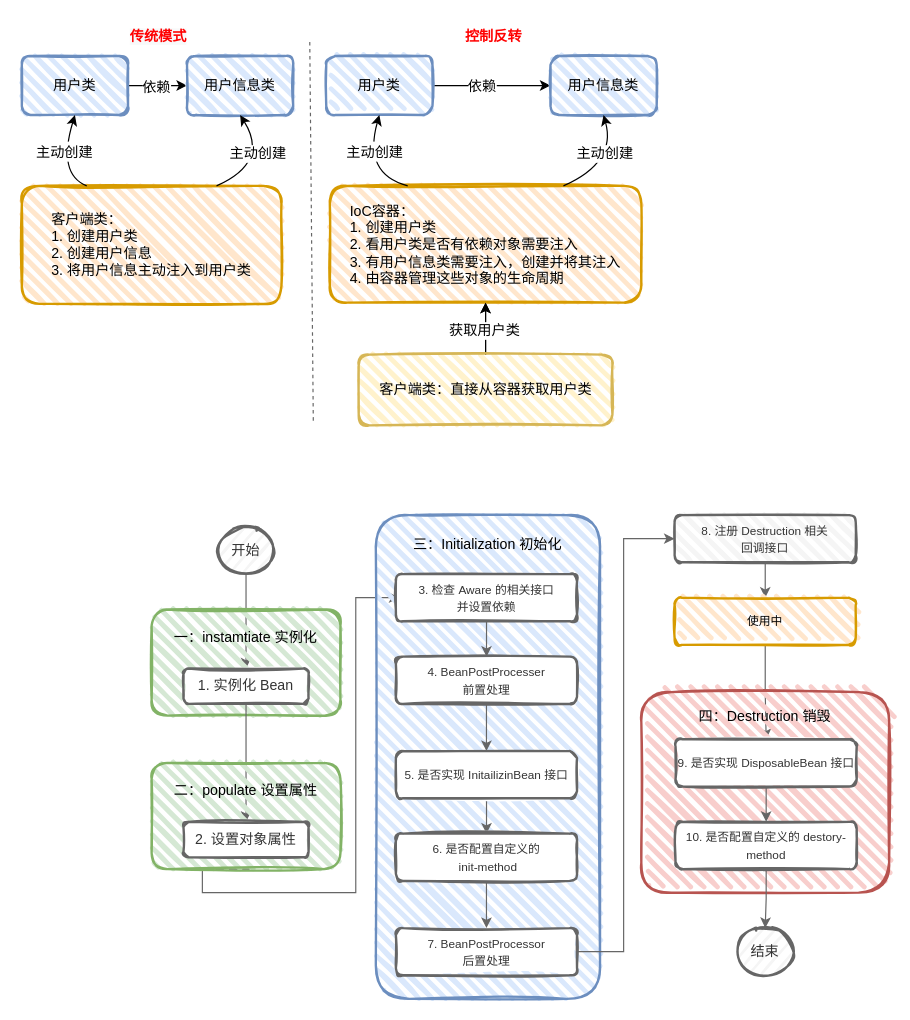
Above: drawfile/Bean生命周期.drawio in lml200701158/draw (draw.io), before the change. Source tidied: cells renumbered, new cells numbered last; positions are measured from the earlier drawing's top-left corner, leaving out a move shared by most shapes. Both pictures are drawn from the tidied source at 118%, with x=0, y=0 at pixel (21, 20).
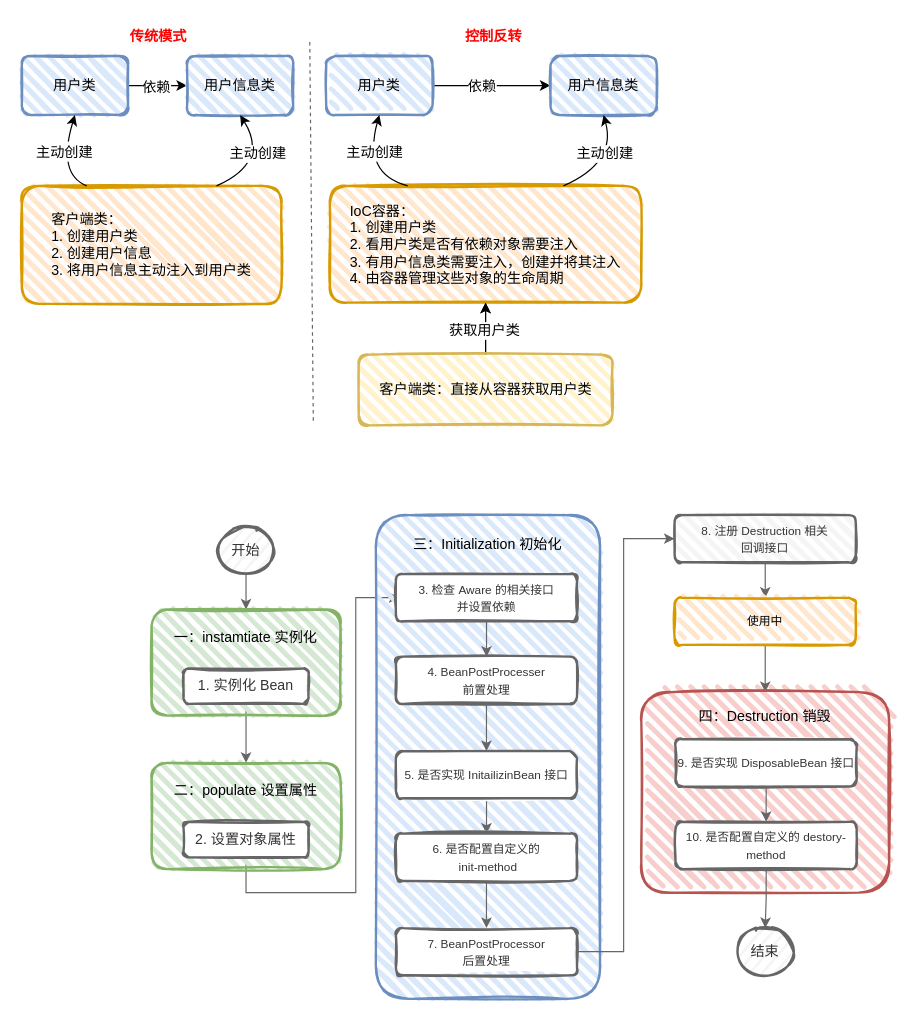
The same diagram, later.

Commit message:
更新Bean生命周期.drawio

Unchanged cells that the change refers to:
```xml
<mxCell id="28" value="开始" style="ellipse;whiteSpace=wrap;html=1;strokeWidth=2;fillWeight=2;hachureGap=8;fillColor=#f5f5f5;fillStyle=dots;sketch=1;fontSize=12;strokeColor=#666666;fontColor=#333333;" parent="1" vertex="1">
  <mxGeometry x="165" y="429" width="50" height="40" as="geometry" />
</mxCell>
<mxCell id="29" value="&lt;font style=&quot;font-size: 12px;&quot;&gt;一：instamtiate 实例化&lt;br&gt;&lt;br&gt;&lt;br&gt;&lt;br&gt;&lt;/font&gt;" style="rounded=1;whiteSpace=wrap;html=1;strokeWidth=2;fillWeight=4;hachureGap=8;hachureAngle=45;fillColor=#d5e8d4;sketch=1;strokeColor=#82b366;" parent="1" vertex="1">
  <mxGeometry x="110" y="499" width="160" height="90" as="geometry" />
</mxCell>
<mxCell id="31" value="1. 实例化 Bean" style="rounded=1;whiteSpace=wrap;html=1;strokeWidth=2;fillWeight=4;hachureGap=8;hachureAngle=45;fillColor=default;sketch=1;fontSize=12;strokeColor=#666666;fontColor=#333333;" parent="1" vertex="1">
  <mxGeometry x="137" y="549" width="106" height="30" as="geometry" />
</mxCell>
<mxCell id="33" value="&lt;font style=&quot;font-size: 12px;&quot;&gt;二：populate 设置属性&lt;br&gt;&lt;br&gt;&lt;br&gt;&lt;br&gt;&lt;/font&gt;" style="rounded=1;whiteSpace=wrap;html=1;strokeWidth=2;fillWeight=4;hachureGap=8;hachureAngle=45;fillColor=#d5e8d4;sketch=1;strokeColor=#82b366;" parent="1" vertex="1">
  <mxGeometry x="110" y="629" width="160" height="90" as="geometry" />
</mxCell>
<mxCell id="34" value="2. 设置对象属性" style="rounded=1;whiteSpace=wrap;html=1;strokeWidth=2;fillWeight=4;hachureGap=8;hachureAngle=45;fillColor=default;sketch=1;fontSize=12;strokeColor=#666666;fontColor=#333333;" parent="1" vertex="1">
  <mxGeometry x="137" y="679" width="106" height="30" as="geometry" />
</mxCell>
<mxCell id="49" value="&lt;font style=&quot;font-size: 10px;&quot;&gt;使用中&lt;br&gt;&lt;/font&gt;" style="rounded=1;whiteSpace=wrap;html=1;strokeWidth=2;fillWeight=4;hachureGap=8;hachureAngle=45;fillColor=#ffe6cc;sketch=1;fontSize=12;strokeColor=#d79b00;" parent="1" vertex="1">
  <mxGeometry x="553.2" y="489" width="153.5" height="40" as="geometry" />
</mxCell>
<mxCell id="50" value="&lt;font style=&quot;font-size: 12px;&quot;&gt;四：Destruction 销毁&lt;br&gt;&lt;br&gt;&lt;br&gt;&lt;br&gt;&lt;br&gt;&lt;br&gt;&lt;br&gt;&lt;br&gt;&lt;br&gt;&lt;br&gt;&lt;/font&gt;" style="rounded=1;whiteSpace=wrap;html=1;strokeWidth=2;fillWeight=4;hachureGap=8;hachureAngle=45;fillColor=#f8cecc;sketch=1;strokeColor=#b85450;" parent="1" vertex="1">
  <mxGeometry x="525" y="569" width="210" height="170" as="geometry" />
</mxCell>
<mxCell id="52" value="&lt;font style=&quot;font-size: 10px;&quot;&gt;9. 是否实现 DisposableBean 接口&lt;/font&gt;" style="rounded=1;whiteSpace=wrap;html=1;strokeWidth=2;fillWeight=4;hachureGap=8;hachureAngle=45;fillColor=default;sketch=1;fontSize=12;strokeColor=#666666;fontColor=#333333;" parent="1" vertex="1">
  <mxGeometry x="554" y="609" width="153.5" height="40" as="geometry" />
</mxCell>
```

The edit, as a diff of the source:
```diff
@@
-    <mxCell id="27" style="edgeStyle=orthogonalEdgeStyle;rounded=0;jettySize=auto;html=1;fontSize=10;fontColor=#333333;strokeColor=#666666;" parent="1" edge="1" source="28" target="31">
+    <mxCell id="27" style="edgeStyle=orthogonalEdgeStyle;rounded=0;jettySize=auto;html=1;fontSize=10;fontColor=#333333;strokeColor=#666666;entryX=0.5;entryY=0;entryDx=0;entryDy=0;" parent="1" edge="1" source="28" target="29">
       <mxGeometry relative="1" as="geometry" />
     </mxCell>
@@
+    <mxCell id="56" style="edgeStyle=orthogonalEdgeStyle;rounded=0;jettySize=auto;html=1;fontSize=10;fontColor=#333333;strokeColor=#666666;entryX=0.5;entryY=0;entryDx=0;entryDy=0;exitX=0.5;exitY=1;exitDx=0;exitDy=0;" parent="1" edge="1" source="31" target="33">
+      <mxGeometry relative="1" as="geometry" />
+    </mxCell>
@@
-    <mxCell id="30" style="edgeStyle=orthogonalEdgeStyle;rounded=0;jettySize=auto;html=1;fontSize=10;fontColor=#333333;strokeColor=#666666;" parent="1" edge="1" source="31" target="34">
-      <mxGeometry relative="1" as="geometry" />
-    </mxCell>
@@
-    <mxCell id="32" style="edgeStyle=orthogonalEdgeStyle;rounded=0;orthogonalLoop=1;jettySize=auto;html=1;fontSize=10;fontColor=#333333;strokeColor=#666666;entryX=0;entryY=0.5;entryDx=0;entryDy=0;exitX=0.5;exitY=1;exitDx=0;exitDy=0;" parent="1" edge="1">
+    <mxCell id="32" style="edgeStyle=orthogonalEdgeStyle;rounded=0;jettySize=auto;html=1;fontSize=10;fontColor=#333333;strokeColor=#666666;entryX=0;entryY=0.5;entryDx=0;entryDy=0;exitX=0.5;exitY=1;exitDx=0;exitDy=0;" parent="1" edge="1" source="34">
       <mxGeometry relative="1" as="geometry">
-        <mxPoint x="193" y="719" as="sourcePoint" />
         <mxPoint x="320" y="489" as="targetPoint" />
         <Array as="points">
-          <mxPoint x="153" y="719" />
-          <mxPoint x="153" y="739" />
+          <mxPoint x="190" y="739" />
           <mxPoint x="283" y="739" />
           <mxPoint x="283" y="489" />
         </Array>
       </mxGeometry>
     </mxCell>
@@
-    <mxCell id="48" style="edgeStyle=orthogonalEdgeStyle;rounded=0;jettySize=auto;html=1;fontSize=10;fontColor=#333333;strokeColor=#666666;" parent="1" edge="1" source="49" target="52">
+    <mxCell id="48" style="edgeStyle=orthogonalEdgeStyle;rounded=0;jettySize=auto;html=1;fontSize=10;fontColor=#333333;strokeColor=#666666;entryX=0.5;entryY=0;entryDx=0;entryDy=0;" parent="1" edge="1" source="49" target="50">
       <mxGeometry relative="1" as="geometry" />
     </mxCell>
```
